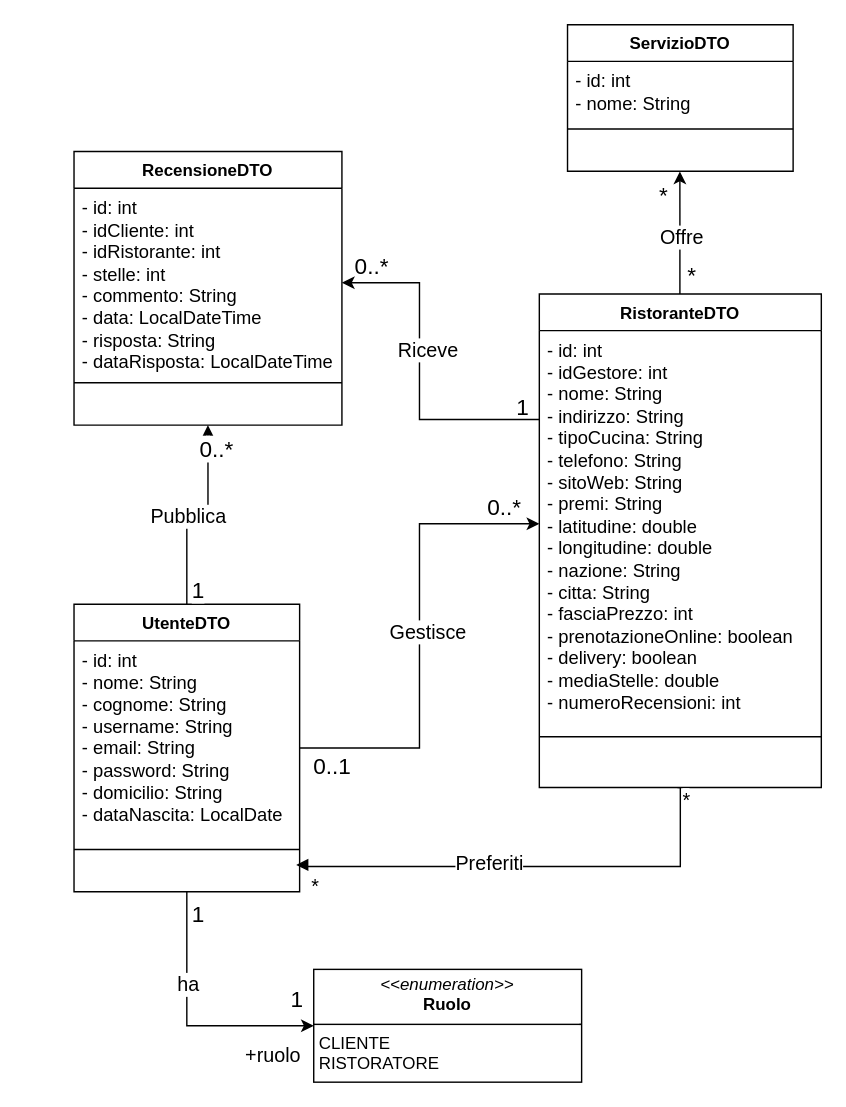
This is Progettazione/Barlera/Diagrammi/ClassDiagram.drawio from FloshDev/TheKnife-B, a draw.io file, before an edit. Source tidied: cells renumbered, new cells numbered last; positions are measured from the earlier drawing's top-left corner, leaving out a move shared by most shapes. Both pictures are drawn from the tidied source at 141%, with x=0, y=0 at pixel (73, 24).
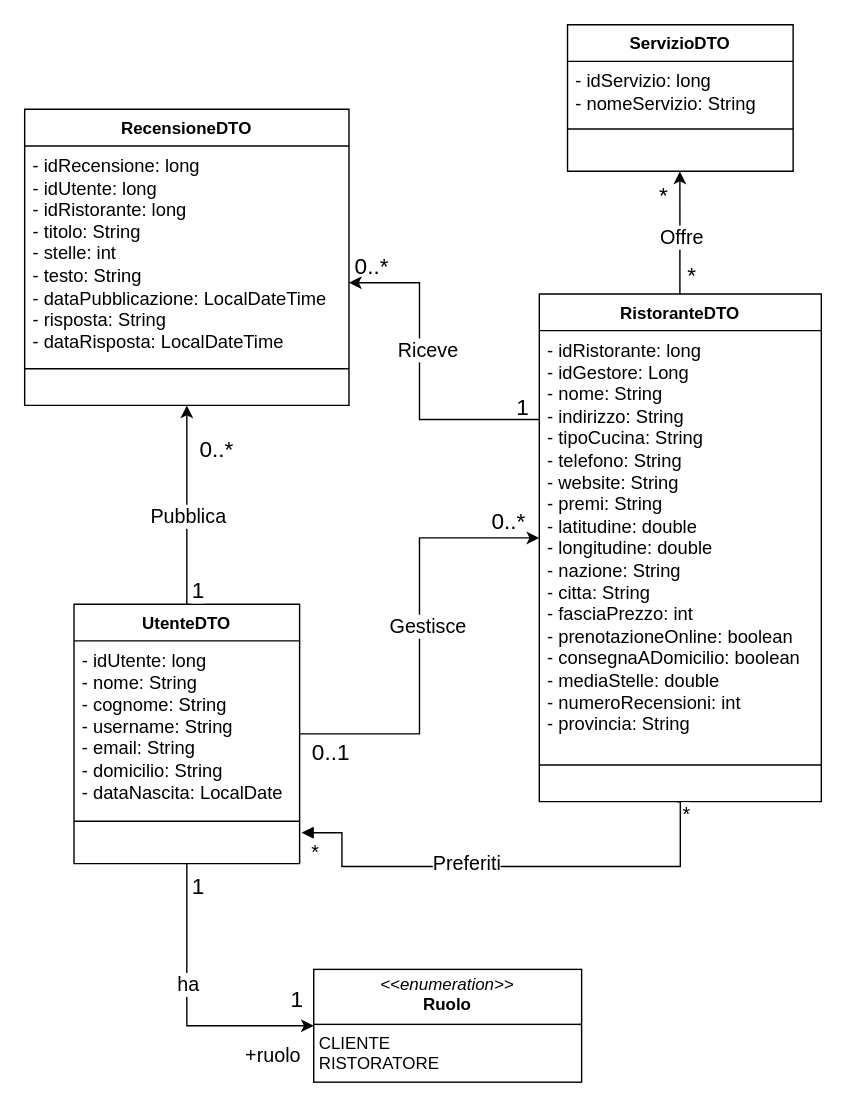
The same diagram, later.

Commit message:
Risincronizza ClassDiagram ai DTO reali (long, rinomini campi, provincia/titolo)

The change refers to these unchanged cells:
```xml
<mxCell id="21" value="ServizioDTO" style="swimlane;fontStyle=1;align=center;verticalAlign=top;horizontal=1;startSize=26;whiteSpace=wrap;html=1;" parent="1" vertex="1">
  <mxGeometry x="350" width="160" height="104" as="geometry" />
</mxCell>
```

What changed in the source:
```diff
@@
     <mxCell id="8" value="UtenteDTO" style="swimlane;fontStyle=1;align=center;verticalAlign=top;horizontal=1;startSize=26;whiteSpace=wrap;html=1;" parent="1" vertex="1">
-      <mxGeometry y="411" width="160" height="204" as="geometry" />
+      <mxGeometry y="411" width="160" height="184" as="geometry" />
     </mxCell>
-    <mxCell id="9" value="&lt;div&gt;&lt;font style=&quot;font-size: 13px;&quot;&gt;- id: int&lt;/font&gt;&lt;/div&gt;&lt;div&gt;&lt;font style=&quot;font-size: 13px;&quot;&gt;- nome: String&lt;/font&gt;&lt;/div&gt;&lt;div&gt;&lt;font style=&quot;font-size: 13px;&quot;&gt;- cognome: String&lt;/font&gt;&lt;/div&gt;&lt;div&gt;&lt;font style=&quot;font-size: 13px;&quot;&gt;- username: String&lt;/font&gt;&lt;/div&gt;&lt;div&gt;&lt;font style=&quot;font-size: 13px;&quot;&gt;- email: String&lt;/font&gt;&lt;/div&gt;&lt;div&gt;&lt;font style=&quot;font-size: 13px;&quot;&gt;- password: String&lt;/font&gt;&lt;/div&gt;&lt;div&gt;&lt;font style=&quot;font-size: 13px;&quot;&gt;- domicilio: String&lt;/font&gt;&lt;/div&gt;&lt;div&gt;&lt;font style=&quot;font-size: 13px;&quot;&gt;- dataNascita: LocalDate&lt;/font&gt;&lt;/div&gt;" style="text;strokeColor=none;fillColor=none;align=left;verticalAlign=top;spacingLeft=4;spacingRight=4;overflow=hidden;whiteSpace=wrap;html=1;" parent="8" vertex="1">
-      <mxGeometry y="26" width="160" height="144" as="geometry" />
+    <mxCell id="9" value="&lt;div&gt;&lt;font style=&quot;font-size: 13px;&quot;&gt;- idUtente: long&lt;/font&gt;&lt;/div&gt;&lt;div&gt;&lt;font style=&quot;font-size: 13px;&quot;&gt;- nome: String&lt;/font&gt;&lt;/div&gt;&lt;div&gt;&lt;font style=&quot;font-size: 13px;&quot;&gt;- cognome: String&lt;/font&gt;&lt;/div&gt;&lt;div&gt;&lt;font style=&quot;font-size: 13px;&quot;&gt;- username: String&lt;/font&gt;&lt;/div&gt;&lt;div&gt;&lt;font style=&quot;font-size: 13px;&quot;&gt;- email: String&lt;/font&gt;&lt;/div&gt;&lt;div&gt;&lt;font style=&quot;font-size: 13px;&quot;&gt;- domicilio: String&lt;/font&gt;&lt;/div&gt;&lt;div&gt;&lt;font style=&quot;font-size: 13px;&quot;&gt;- dataNascita: LocalDate&lt;/font&gt;&lt;/div&gt;" style="text;strokeColor=none;fillColor=none;align=left;verticalAlign=top;spacingLeft=4;spacingRight=4;overflow=hidden;whiteSpace=wrap;html=1;" parent="8" vertex="1">
+      <mxGeometry y="26" width="160" height="124" as="geometry" />
     </mxCell>
     <mxCell id="10" style="line;strokeWidth=1;fillColor=none;align=left;verticalAlign=middle;spacingTop=-1;spacingLeft=3;spacingRight=3;labelPosition=right;strokeColor=inherit;" parent="8" vertex="1">
-      <mxGeometry y="170" width="160" height="8" as="geometry" />
+      <mxGeometry y="150" width="160" height="8" as="geometry" />
     </mxCell>
     <mxCell id="11" value="&amp;nbsp;&amp;nbsp;" style="text;strokeColor=none;fillColor=none;align=left;verticalAlign=top;spacingLeft=4;spacingRight=4;overflow=hidden;points=[[0,0.5],[1,0.5]];portConstraint=eastwest;whiteSpace=wrap;html=1;" parent="8" vertex="1">
-      <mxGeometry y="178" width="160" height="26" as="geometry" />
+      <mxGeometry y="158" width="160" height="26" as="geometry" />
     </mxCell>
@@
     <mxCell id="13" value="RistoranteDTO" style="swimlane;fontStyle=1;align=center;verticalAlign=top;horizontal=1;startSize=26;whiteSpace=wrap;html=1;" parent="1" vertex="1">
-      <mxGeometry x="330" y="191" width="200" height="350" as="geometry" />
+      <mxGeometry x="330" y="191" width="200" height="360" as="geometry" />
     </mxCell>
-    <mxCell id="14" value="&lt;div&gt;&lt;span style=&quot;font-size: 13px;&quot;&gt;- id: int&lt;/span&gt;&lt;/div&gt;&lt;div&gt;&lt;span style=&quot;font-size: 13px;&quot;&gt;- idGestore: int&lt;/span&gt;&lt;/div&gt;&lt;div&gt;&lt;span style=&quot;font-size: 13px;&quot;&gt;- nome: String&lt;/span&gt;&lt;/div&gt;&lt;div&gt;&lt;span style=&quot;font-size: 13px;&quot;&gt;- indirizzo: String&lt;/span&gt;&lt;/div&gt;&lt;div&gt;&lt;span style=&quot;font-size: 13px;&quot;&gt;- tipoCucina: String&lt;/span&gt;&lt;/div&gt;&lt;div&gt;&lt;span style=&quot;font-size: 13px;&quot;&gt;- telefono: String&lt;/span&gt;&lt;/div&gt;&lt;div&gt;&lt;span style=&quot;font-size: 13px;&quot;&gt;- sitoWeb: String&lt;/span&gt;&lt;/div&gt;&lt;div&gt;&lt;span style=&quot;font-size: 13px;&quot;&gt;- premi: String&lt;/span&gt;&lt;/div&gt;&lt;div&gt;&lt;span style=&quot;font-size: 13px;&quot;&gt;- latitudine: double&lt;/span&gt;&lt;/div&gt;&lt;div&gt;&lt;span style=&quot;font-size: 13px;&quot;&gt;- longitudine: double&lt;/span&gt;&lt;/div&gt;&lt;div&gt;&lt;span style=&quot;font-size: 13px;&quot;&gt;- nazione: String&lt;/span&gt;&lt;/div&gt;&lt;div&gt;&lt;span style=&quot;font-size: 13px;&quot;&gt;- citta: String&lt;/span&gt;&lt;/div&gt;&lt;div&gt;&lt;span style=&quot;font-size: 13px;&quot;&gt;- fasciaPrezzo: int&lt;/span&gt;&lt;/div&gt;&lt;div&gt;&lt;span style=&quot;font-size: 13px;&quot;&gt;- prenotazioneOnline: boolean&lt;/span&gt;&lt;/div&gt;&lt;div&gt;&lt;span style=&quot;font-size: 13px;&quot;&gt;- delivery: boolean&lt;/span&gt;&lt;/div&gt;&lt;div&gt;&lt;span style=&quot;font-size: 13px;&quot;&gt;- mediaStelle: double&lt;/span&gt;&lt;/div&gt;&lt;div&gt;&lt;span style=&quot;font-size: 13px;&quot;&gt;- numeroRecensioni: int&lt;/span&gt;&lt;/div&gt;" style="text;strokeColor=none;fillColor=none;align=left;verticalAlign=top;spacingLeft=4;spacingRight=4;overflow=hidden;points=[[0,0.5],[1,0.5]];portConstraint=eastwest;whiteSpace=wrap;html=1;" parent="13" vertex="1">
-      <mxGeometry y="26" width="200" height="274" as="geometry" />
+    <mxCell id="14" value="&lt;div&gt;&lt;span style=&quot;font-size: 13px;&quot;&gt;- idRistorante: long&lt;/span&gt;&lt;/div&gt;&lt;div&gt;&lt;span style=&quot;font-size: 13px;&quot;&gt;- idGestore: Long&lt;/span&gt;&lt;/div&gt;&lt;div&gt;&lt;span style=&quot;font-size: 13px;&quot;&gt;- nome: String&lt;/span&gt;&lt;/div&gt;&lt;div&gt;&lt;span style=&quot;font-size: 13px;&quot;&gt;- indirizzo: String&lt;/span&gt;&lt;/div&gt;&lt;div&gt;&lt;span style=&quot;font-size: 13px;&quot;&gt;- tipoCucina: String&lt;/span&gt;&lt;/div&gt;&lt;div&gt;&lt;span style=&quot;font-size: 13px;&quot;&gt;- telefono: String&lt;/span&gt;&lt;/div&gt;&lt;div&gt;&lt;span style=&quot;font-size: 13px;&quot;&gt;- website: String&lt;/span&gt;&lt;/div&gt;&lt;div&gt;&lt;span style=&quot;font-size: 13px;&quot;&gt;- premi: String&lt;/span&gt;&lt;/div&gt;&lt;div&gt;&lt;span style=&quot;font-size: 13px;&quot;&gt;- latitudine: double&lt;/span&gt;&lt;/div&gt;&lt;div&gt;&lt;span style=&quot;font-size: 13px;&quot;&gt;- longitudine: double&lt;/span&gt;&lt;/div&gt;&lt;div&gt;&lt;span style=&quot;font-size: 13px;&quot;&gt;- nazione: String&lt;/span&gt;&lt;/div&gt;&lt;div&gt;&lt;span style=&quot;font-size: 13px;&quot;&gt;- citta: String&lt;/span&gt;&lt;/div&gt;&lt;div&gt;&lt;span style=&quot;font-size: 13px;&quot;&gt;- fasciaPrezzo: int&lt;/span&gt;&lt;/div&gt;&lt;div&gt;&lt;span style=&quot;font-size: 13px;&quot;&gt;- prenotazioneOnline: boolean&lt;/span&gt;&lt;/div&gt;&lt;div&gt;&lt;span style=&quot;font-size: 13px;&quot;&gt;- consegnaADomicilio: boolean&lt;/span&gt;&lt;/div&gt;&lt;div&gt;&lt;span style=&quot;font-size: 13px;&quot;&gt;- mediaStelle: double&lt;/span&gt;&lt;/div&gt;&lt;div&gt;&lt;span style=&quot;font-size: 13px;&quot;&gt;- numeroRecensioni: int&lt;/span&gt;&lt;/div&gt;&lt;div&gt;&lt;span style=&quot;font-size: 13px;&quot;&gt;- provincia: String&lt;/span&gt;&lt;/div&gt;" style="text;strokeColor=none;fillColor=none;align=left;verticalAlign=top;spacingLeft=4;spacingRight=4;overflow=hidden;points=[[0,0.5],[1,0.5]];portConstraint=eastwest;whiteSpace=wrap;html=1;" parent="13" vertex="1">
+      <mxGeometry y="26" width="200" height="294" as="geometry" />
     </mxCell>
     <mxCell id="15" style="line;strokeWidth=1;fillColor=none;align=left;verticalAlign=middle;spacingTop=-1;spacingLeft=3;spacingRight=3;labelPosition=right;strokeColor=inherit;" parent="13" vertex="1">
-      <mxGeometry y="300" width="200" height="28" as="geometry" />
+      <mxGeometry y="320" width="200" height="28" as="geometry" />
     </mxCell>
     <mxCell id="16" value="&amp;nbsp;&amp;nbsp;" style="text;strokeColor=none;fillColor=none;align=left;verticalAlign=top;spacingLeft=4;spacingRight=4;overflow=hidden;points=[[0,0.5],[1,0.5]];portConstraint=eastwest;whiteSpace=wrap;html=1;" parent="13" vertex="1">
-      <mxGeometry y="328" width="200" height="22" as="geometry" />
+      <mxGeometry y="348" width="200" height="12" as="geometry" />
     </mxCell>
     <mxCell id="17" value="RecensioneDTO" style="swimlane;fontStyle=1;align=center;verticalAlign=top;horizontal=1;startSize=26;whiteSpace=wrap;html=1;" parent="1" vertex="1">
-      <mxGeometry y="90" width="190" height="194" as="geometry" />
+      <mxGeometry x="-35" y="60" width="230" height="210" as="geometry" />
     </mxCell>
-    <mxCell id="18" value="&lt;div&gt;&lt;span style=&quot;font-size: 13px;&quot;&gt;- id: int&lt;/span&gt;&lt;/div&gt;&lt;div&gt;&lt;span style=&quot;font-size: 13px;&quot;&gt;- idCliente: int&lt;/span&gt;&lt;/div&gt;&lt;div&gt;&lt;span style=&quot;font-size: 13px;&quot;&gt;- idRistorante: int&lt;/span&gt;&lt;/div&gt;&lt;div&gt;&lt;span style=&quot;font-size: 13px;&quot;&gt;- stelle: int&lt;/span&gt;&lt;/div&gt;&lt;div&gt;&lt;span style=&quot;font-size: 13px;&quot;&gt;- commento: String&lt;/span&gt;&lt;/div&gt;&lt;div&gt;&lt;span style=&quot;font-size: 13px;&quot;&gt;- data:&amp;nbsp;&lt;/span&gt;&lt;span style=&quot;background-color: transparent; font-size: 13px;&quot;&gt;LocalDateTime&lt;/span&gt;&lt;/div&gt;&lt;div&gt;&lt;span style=&quot;font-size: 13px;&quot;&gt;- risposta: String&lt;/span&gt;&lt;/div&gt;&lt;div&gt;&lt;span style=&quot;font-size: 13px;&quot;&gt;- dataRisposta:&amp;nbsp;&lt;/span&gt;&lt;span style=&quot;background-color: transparent; font-size: 13px;&quot;&gt;LocalDateTime&lt;/span&gt;&lt;/div&gt;" style="text;strokeColor=none;fillColor=none;align=left;verticalAlign=top;spacingLeft=4;spacingRight=4;overflow=hidden;points=[[0,0.5],[1,0.5]];portConstraint=eastwest;whiteSpace=wrap;html=1;" parent="17" vertex="1">
-      <mxGeometry y="26" width="190" height="134" as="geometry" />
+    <mxCell id="18" value="&lt;div&gt;&lt;span style=&quot;font-size: 13px;&quot;&gt;- idRecensione: long&lt;/span&gt;&lt;/div&gt;&lt;div&gt;&lt;span style=&quot;font-size: 13px;&quot;&gt;- idUtente: long&lt;/span&gt;&lt;/div&gt;&lt;div&gt;&lt;span style=&quot;font-size: 13px;&quot;&gt;- idRistorante: long&lt;/span&gt;&lt;/div&gt;&lt;div&gt;&lt;span style=&quot;font-size: 13px;&quot;&gt;- titolo: String&lt;/span&gt;&lt;/div&gt;&lt;div&gt;&lt;span style=&quot;font-size: 13px;&quot;&gt;- stelle: int&lt;/span&gt;&lt;/div&gt;&lt;div&gt;&lt;span style=&quot;font-size: 13px;&quot;&gt;- testo: String&lt;/span&gt;&lt;/div&gt;&lt;div&gt;&lt;span style=&quot;font-size: 13px;&quot;&gt;- dataPubblicazione:&amp;nbsp;&lt;/span&gt;&lt;span style=&quot;background-color: transparent; font-size: 13px;&quot;&gt;LocalDateTime&lt;/span&gt;&lt;/div&gt;&lt;div&gt;&lt;span style=&quot;font-size: 13px;&quot;&gt;- risposta: String&lt;/span&gt;&lt;/div&gt;&lt;div&gt;&lt;span style=&quot;font-size: 13px;&quot;&gt;- dataRisposta:&amp;nbsp;&lt;/span&gt;&lt;span style=&quot;background-color: transparent; font-size: 13px;&quot;&gt;LocalDateTime&lt;/span&gt;&lt;/div&gt;" style="text;strokeColor=none;fillColor=none;align=left;verticalAlign=top;spacingLeft=4;spacingRight=4;overflow=hidden;points=[[0,0.5],[1,0.5]];portConstraint=eastwest;whiteSpace=wrap;html=1;" parent="17" vertex="1">
+      <mxGeometry y="26" width="230" height="154" as="geometry" />
     </mxCell>
     <mxCell id="19" style="line;strokeWidth=1;fillColor=none;align=left;verticalAlign=middle;spacingTop=-1;spacingLeft=3;spacingRight=3;labelPosition=right;strokeColor=inherit;" parent="17" vertex="1">
-      <mxGeometry y="160" width="190" height="8" as="geometry" />
+      <mxGeometry y="180" width="230" height="8" as="geometry" />
     </mxCell>
     <mxCell id="20" value="&amp;nbsp;&amp;nbsp;" style="text;strokeColor=none;fillColor=none;align=left;verticalAlign=top;spacingLeft=4;spacingRight=4;overflow=hidden;whiteSpace=wrap;html=1;" parent="17" vertex="1">
-      <mxGeometry y="168" width="190" height="26" as="geometry" />
+      <mxGeometry y="188" width="230" height="22" as="geometry" />
     </mxCell>
@@
-    <mxCell id="22" value="&lt;div&gt;&lt;span style=&quot;font-size: 13px;&quot;&gt;- id: int&lt;/span&gt;&lt;/div&gt;&lt;div&gt;&lt;span style=&quot;font-size: 13px;&quot;&gt;- nome: String&lt;/span&gt;&lt;/div&gt;" style="text;strokeColor=none;fillColor=none;align=left;verticalAlign=top;spacingLeft=4;spacingRight=4;overflow=hidden;whiteSpace=wrap;html=1;" parent="21" vertex="1">
+    <mxCell id="22" value="&lt;div&gt;&lt;span style=&quot;font-size: 13px;&quot;&gt;- idServizio: long&lt;/span&gt;&lt;/div&gt;&lt;div&gt;&lt;span style=&quot;font-size: 13px;&quot;&gt;- nomeServizio: String&lt;/span&gt;&lt;/div&gt;" style="text;strokeColor=none;fillColor=none;align=left;verticalAlign=top;spacingLeft=4;spacingRight=4;overflow=hidden;whiteSpace=wrap;html=1;" parent="21" vertex="1">
       <mxGeometry y="26" width="160" height="44" as="geometry" />
     </mxCell>
@@
-    <mxCell id="34" style="edgeStyle=orthogonalEdgeStyle;rounded=0;jettySize=auto;html=1;entryX=1;entryY=0.5;entryDx=0;entryDy=0;" parent="1" edge="1" source="14" target="18">
+    <mxCell id="34" style="edgeStyle=orthogonalEdgeStyle;rounded=0;jettySize=auto;html=1;" parent="1" edge="1" source="14">
       <mxGeometry relative="1" as="geometry">
+        <mxPoint x="195" y="183" as="targetPoint" />
         <Array as="points">
           <mxPoint x="245" y="280" />
           <mxPoint x="245" y="183" />
         </Array>
       </mxGeometry>
     </mxCell>
@@
     <mxCell id="36" value="&lt;font style=&quot;font-size: 16px;&quot;&gt;1&lt;/font&gt;" style="edgeLabel;html=1;align=center;verticalAlign=middle;" parent="1" vertex="1">
-      <mxGeometry x="70" y="640" as="geometry">
+      <mxGeometry x="70" y="620" as="geometry">
         <mxPoint x="17" y="-10" as="offset" />
       </mxGeometry>
     </mxCell>
@@
-    <mxCell id="40" value="&lt;font style=&quot;font-size: 14px;&quot;&gt;Preferiti&lt;/font&gt;" style="endArrow=block;endFill=1;html=1;edgeStyle=orthogonalEdgeStyle;align=left;verticalAlign=top;rounded=0;exitX=0.49;exitY=1.006;exitDx=0;exitDy=0;exitPerimeter=0;entryX=0.985;entryY=0.266;entryDx=0;entryDy=0;entryPerimeter=0;" parent="1" edge="1" source="16" target="11">
+    <mxCell id="40" value="&lt;font style=&quot;font-size: 14px;&quot;&gt;Preferiti&lt;/font&gt;" style="endArrow=block;endFill=1;html=1;edgeStyle=orthogonalEdgeStyle;align=left;verticalAlign=top;rounded=0;exitX=0.49;exitY=1.006;exitDx=0;exitDy=0;exitPerimeter=0;entryX=1.009;entryY=0.156;entryDx=0;entryDy=0;entryPerimeter=0;" parent="1" edge="1" source="16" target="11">
       <mxGeometry x="0.32" y="-17" relative="1" as="geometry">
         <Array as="points">
-          <mxPoint x="430" y="541" />
+          <mxPoint x="430" y="551.1" />
           <mxPoint x="430" y="597" />
-          <mxPoint x="162" y="597" />
-          <mxPoint x="162" y="596" />
+          <mxPoint x="190" y="597" />
+          <mxPoint x="190" y="573.1" />
         </Array>
       </mxGeometry>
     </mxCell>
@@
     <mxCell id="42" value="*" style="edgeLabel;html=1;align=center;verticalAlign=middle;fontSize=14;" parent="40" vertex="1">
       <mxGeometry x="0.91" y="-1" relative="1" as="geometry">
-        <mxPoint x="-1" y="14" as="offset" />
+        <mxPoint x="-6" y="14" as="offset" />
       </mxGeometry>
     </mxCell>
```
